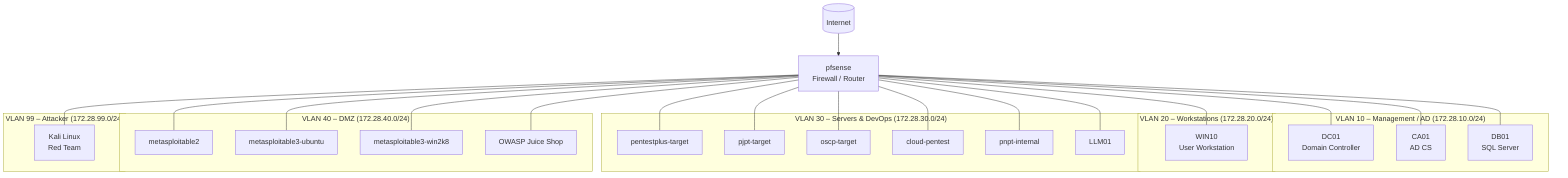
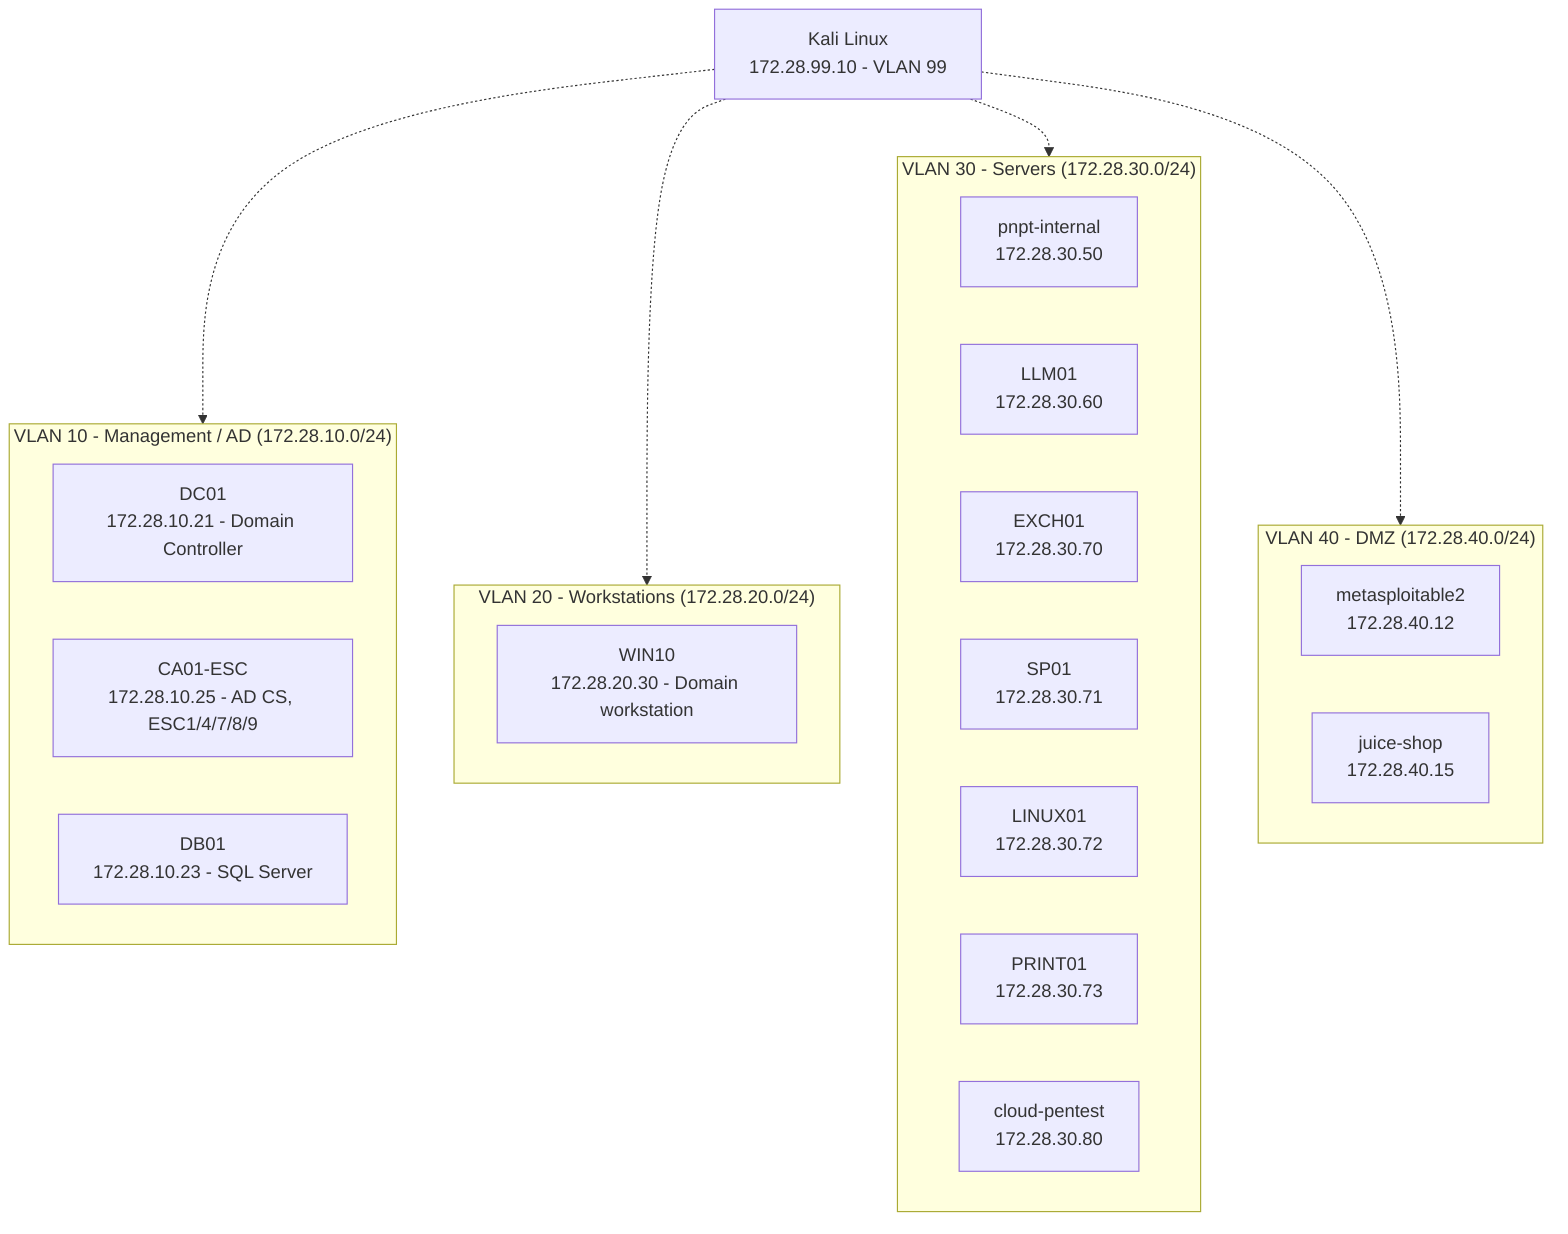
graph TD
-     %% Internet
-     INTERNET[(Internet)]
+     %% Attacker - lab-configured reachability into every VLAN (no L3 router; libvirt forward_mode: none)
+     KALI[Kali Linux<br/>172.28.99.10 - VLAN 99]

-     %% Firewall
-     PF[pfsense<br/>Firewall / Router]
- 
-     INTERNET --> PF
- 
-     %% VLAN 10 – Management / AD
-     subgraph VLAN10["VLAN 10 – Management / AD (172.28.10.0/24)"]
-         DC01[DC01<br/>Domain Controller]
-         CA01[CA01<br/>AD CS]
-         DB01[DB01<br/>SQL Server]
+     %% VLAN 10 - Management / AD
+     subgraph VLAN10["VLAN 10 - Management / AD (172.28.10.0/24)"]
+         DC01[DC01<br/>172.28.10.21 - Domain Controller]
+         CAESC[CA01-ESC<br/>172.28.10.25 - AD CS, ESC1/4/7/8/9]
+         DB01[DB01<br/>172.28.10.23 - SQL Server]
    end

-     %% VLAN 20 – Workstations
-     subgraph VLAN20["VLAN 20 – Workstations (172.28.20.0/24)"]
-         WIN10[WIN10<br/>User Workstation]
+     %% VLAN 20 - Workstations
+     subgraph VLAN20["VLAN 20 - Workstations (172.28.20.0/24)"]
+         WIN10[WIN10<br/>172.28.20.30 - Domain workstation]
    end

-     %% VLAN 30 – Servers & DevOps
-     subgraph VLAN30["VLAN 30 – Servers & DevOps (172.28.30.0/24)"]
-         PTP[pentestplus-target]
-         PJPT[pjpt-target]
-         OSCP[oscp-target]
-         CLOUD[cloud-pentest]
-         PNPT[pnpt-internal]
-         LLM[LLM01]
+     %% VLAN 30 - Servers
+     subgraph VLAN30["VLAN 30 - Servers (172.28.30.0/24)"]
+         PNPT[pnpt-internal<br/>172.28.30.50]
+         LLM[LLM01<br/>172.28.30.60]
+         EXCH[EXCH01<br/>172.28.30.70]
+         SP[SP01<br/>172.28.30.71]
+         LINUX[LINUX01<br/>172.28.30.72]
+         PRINT[PRINT01<br/>172.28.30.73]
+         CLOUD[cloud-pentest<br/>172.28.30.80]
    end

-     %% VLAN 40 – DMZ
-     subgraph VLAN40["VLAN 40 – DMZ (172.28.40.0/24)"]
-         MSF2[metasploitable2]
-         MSF3U[metasploitable3-ubuntu]
-         MSF3W[metasploitable3-win2k8]
-         JUICE[OWASP Juice Shop]
+     %% VLAN 40 - DMZ
+     subgraph VLAN40["VLAN 40 - DMZ (172.28.40.0/24)"]
+         MSF2[metasploitable2<br/>172.28.40.12]
+         JUICE[juice-shop<br/>172.28.40.15]
    end

-     %% VLAN 99 – Attacker
-     subgraph VLAN99["VLAN 99 – Attacker (172.28.99.0/24)"]
-         KALI[Kali Linux<br/>Red Team]
-     end
- 
-     %% Routing
-     PF --- DC01
-     PF --- CA01
-     PF --- DB01
-     PF --- WIN10
-     PF --- PTP
-     PF --- PJPT
-     PF --- OSCP
-     PF --- CLOUD
-     PF --- PNPT
-     PF --- LLM
-     PF --- MSF2
-     PF --- MSF3U
-     PF --- MSF3W
-     PF --- JUICE
-     PF --- KALI
+     %% Lab-configured recon reachability (dashed = no real routing)
+     KALI -.-> VLAN10
+     KALI -.-> VLAN20
+     KALI -.-> VLAN30
+     KALI -.-> VLAN40
